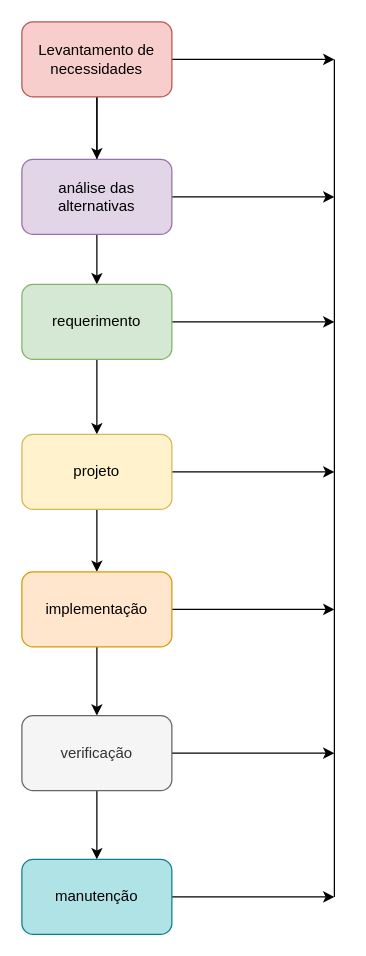
Before: ciclo de sistemas.drawio in AnnyCMP/Analisedeprojetos, a draw.io diagram. Source tidied: cells renumbered, new cells numbered last; positions are measured from the earlier drawing's top-left corner, leaving out a move shared by most shapes. Both pictures are drawn from the tidied source at 125%, with x=0, y=0 at pixel (21, 21).
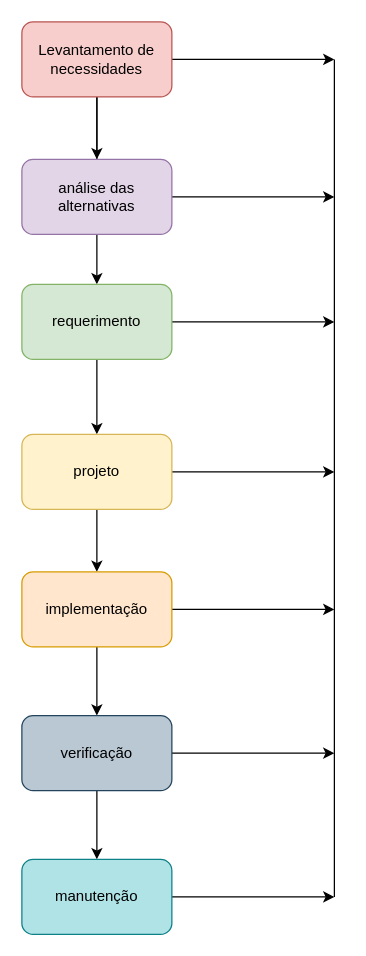
The same diagram, later.

Change to the diagram source:
```diff
@@
-    <mxCell id="20" value="verificação" style="rounded=1;whiteSpace=wrap;html=1;fillColor=#f5f5f5;fontColor=#333333;strokeColor=#666666;" parent="1" vertex="1">
+    <mxCell id="20" value="verificação" style="rounded=1;whiteSpace=wrap;html=1;fillColor=#bac8d3;strokeColor=#23445d;" parent="1" vertex="1">
       <mxGeometry y="555" width="120" height="60" as="geometry" />
     </mxCell>
```
